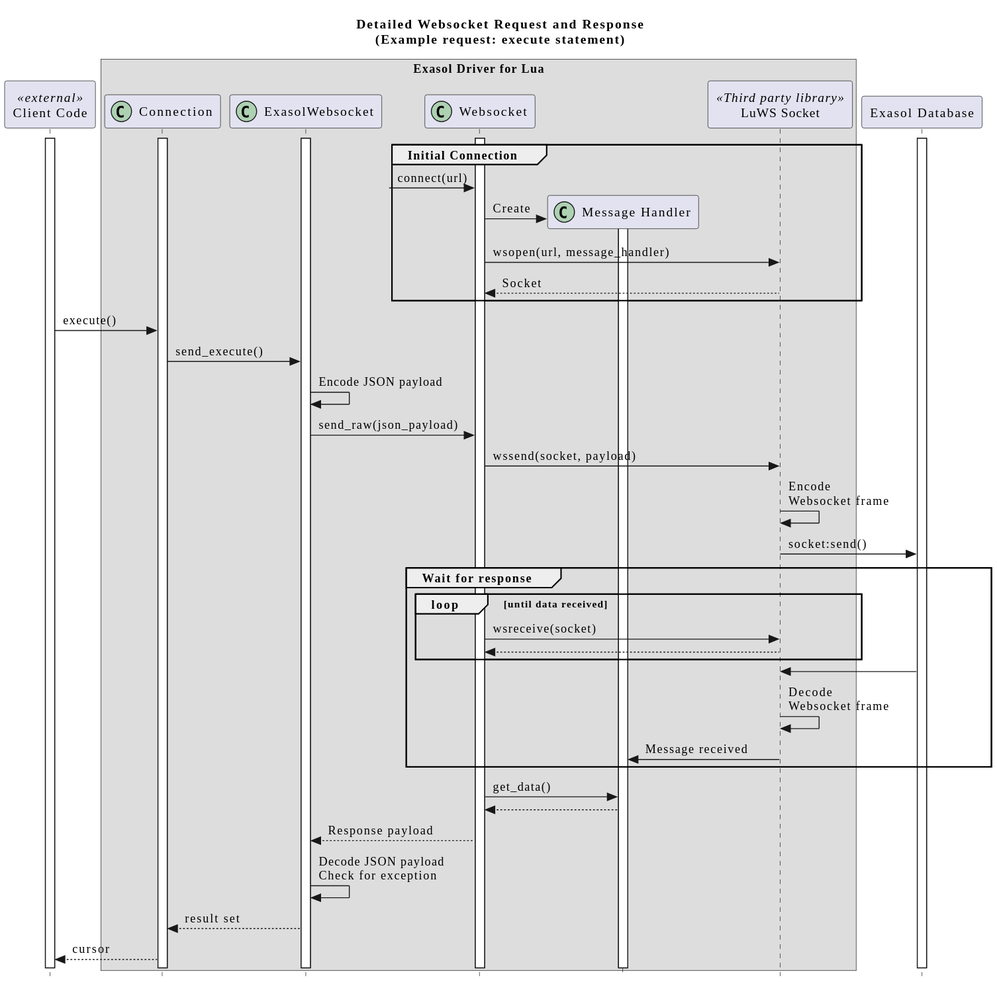
Earlier version of the PlantUML export doc/images/generated/seq_websocket_request_response.svg (exasol/exasol-driver-lua). Its diagram source:
```plantuml
@startuml seq_websocket_request_response
!include ../clean.skin

title: Detailed Websocket Request and Response\n(Example request: execute statement)

participant "Client Code" as client <<external>>
box "Exasol Driver for Lua"
    participant "Connection" as conn << (C,#ADD1B2) >>
    participant "ExasolWebsocket" as exaws << (C,#ADD1B2) >>
    participant "Websocket" as ws << (C,#ADD1B2) >>
    participant "Message Handler" as msghandler << (C,#ADD1B2) >>
    participant "LuWS Socket" as luws <<Third party library>>
end box
participant "Exasol Database" as db

activate client
activate conn
activate exaws
activate ws
activate db

group Initial Connection
    ?-> ws : connect(url)
    create msghandler
    ws -> msghandler : Create
    activate msghandler

    ws -> luws : wsopen(url, message_handler)
    luws --> ws : Socket
end

client -> conn : execute()
conn -> exaws : send_execute()
exaws -> exaws : Encode JSON payload
exaws -> ws : send_raw(json_payload)
ws -> luws : wssend(socket, payload)
luws -> luws : Encode\nWebsocket frame
luws -> db : socket:send()
group Wait for response
    loop until data received
        ws -> luws : wsreceive(socket)
        luws --> ws
    end
    db -> luws
    luws -> luws : Decode\nWebsocket frame
    luws -> msghandler : Message received
end

ws -> msghandler : get_data()
msghandler --> ws
ws --> exaws : Response payload
exaws -> exaws : Decode JSON payload\nCheck for exception
exaws --> conn : result set
conn --> client : cursor

@enduml
```
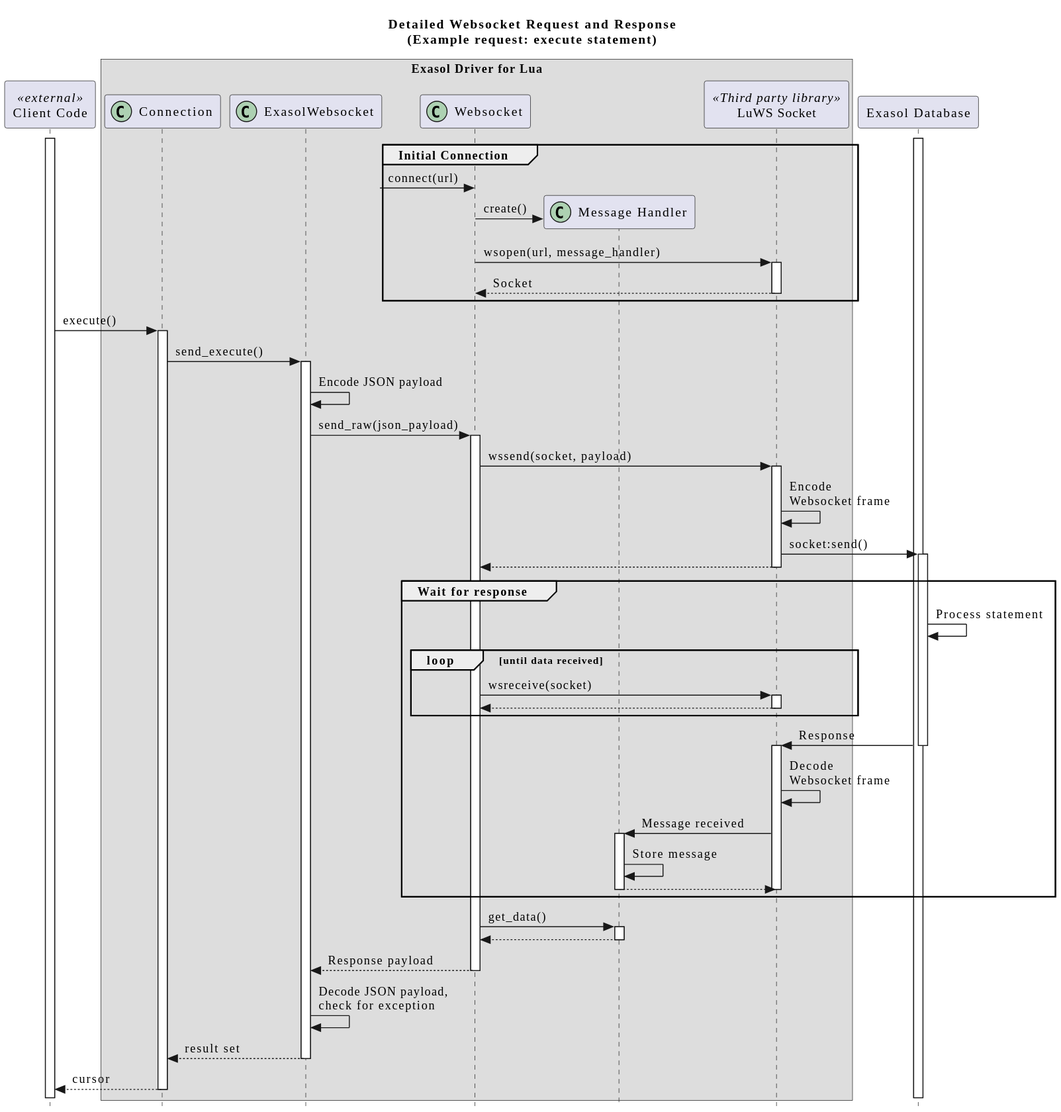
The same diagram one commit later.

Change to the diagram source:
```diff
@@ -14,43 +14,62 @@
 participant "Exasol Database" as db
 
 activate client
-activate conn
-activate exaws
-activate ws
 activate db
 
 group Initial Connection
     ?-> ws : connect(url)
     create msghandler
-    ws -> msghandler : Create
-    activate msghandler
-
+    ws -> msghandler : create()
     ws -> luws : wsopen(url, message_handler)
+    activate luws
     luws --> ws : Socket
+    deactivate luws
 end
 
 client -> conn : execute()
+activate conn
 conn -> exaws : send_execute()
+activate exaws
 exaws -> exaws : Encode JSON payload
 exaws -> ws : send_raw(json_payload)
+activate ws
 ws -> luws : wssend(socket, payload)
+activate luws
 luws -> luws : Encode\nWebsocket frame
 luws -> db : socket:send()
+activate db
+luws --> ws
+deactivate luws
 group Wait for response
+    db -> db : Process statement
     loop until data received
         ws -> luws : wsreceive(socket)
+        activate luws
         luws --> ws
+        deactivate luws
     end
-    db -> luws
+    db -> luws: Response
+    deactivate db
+    activate luws
     luws -> luws : Decode\nWebsocket frame
     luws -> msghandler : Message received
+    activate msghandler
+    msghandler -> msghandler : Store message
+    msghandler --> luws
+    deactivate msghandler
+    deactivate luws
 end
 
 ws -> msghandler : get_data()
+activate msghandler
 msghandler --> ws
+deactivate msghandler
 ws --> exaws : Response payload
-exaws -> exaws : Decode JSON payload\nCheck for exception
+deactivate ws
+exaws -> exaws : Decode JSON payload,\ncheck for exception
 exaws --> conn : result set
+deactivate exaws
 conn --> client : cursor
+deactivate conn
 
 @enduml
```
